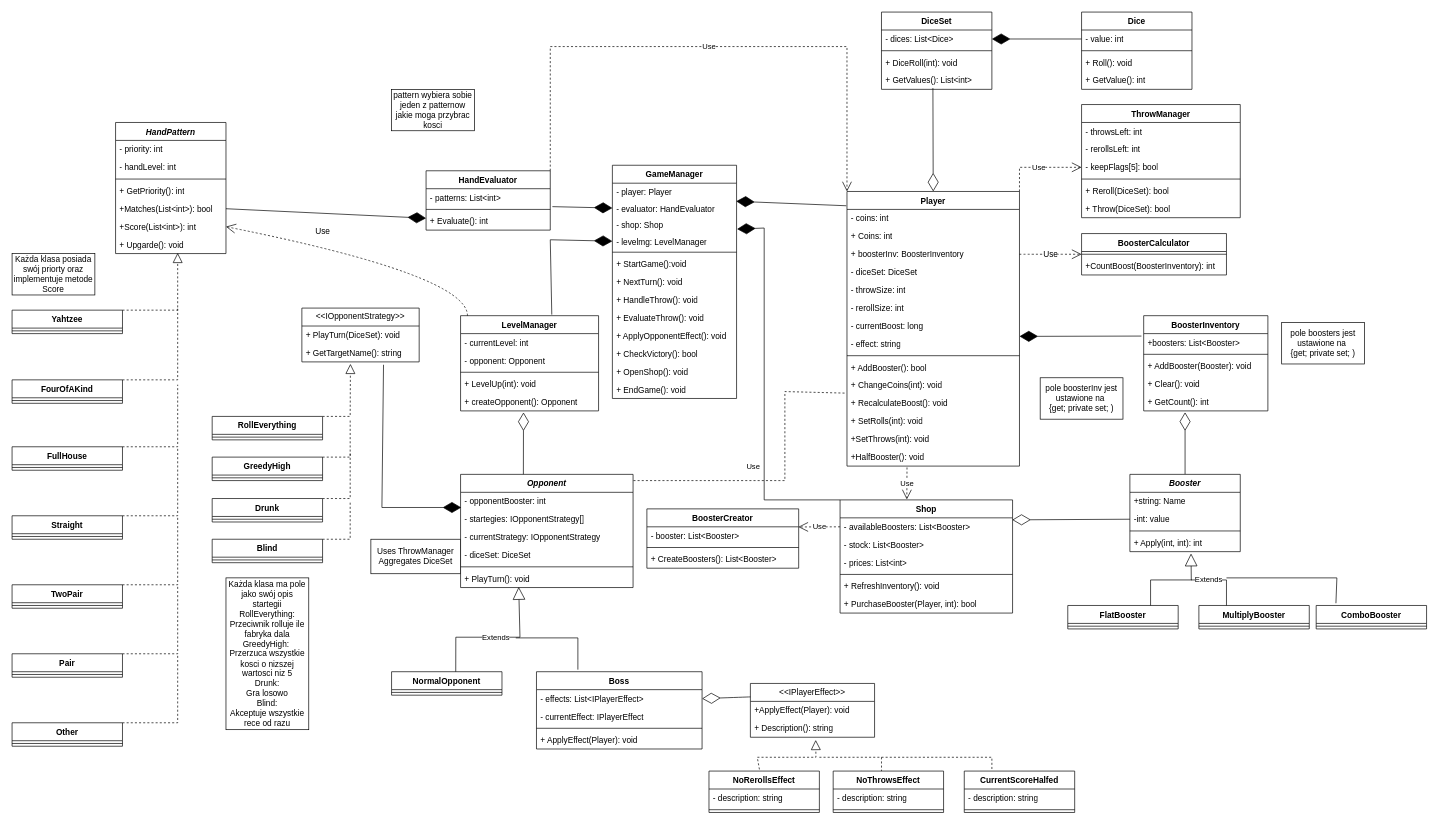
The draw.io diagram DiceGame.drawio in kcprlal/DiceGame, before the edit. Source tidied: cells renumbered, new cells numbered last; positions are measured from the earlier drawing's top-left corner, leaving out a move shared by most shapes. Both pictures are drawn from the tidied source at 69%, with x=0, y=0 at pixel (12, 12).
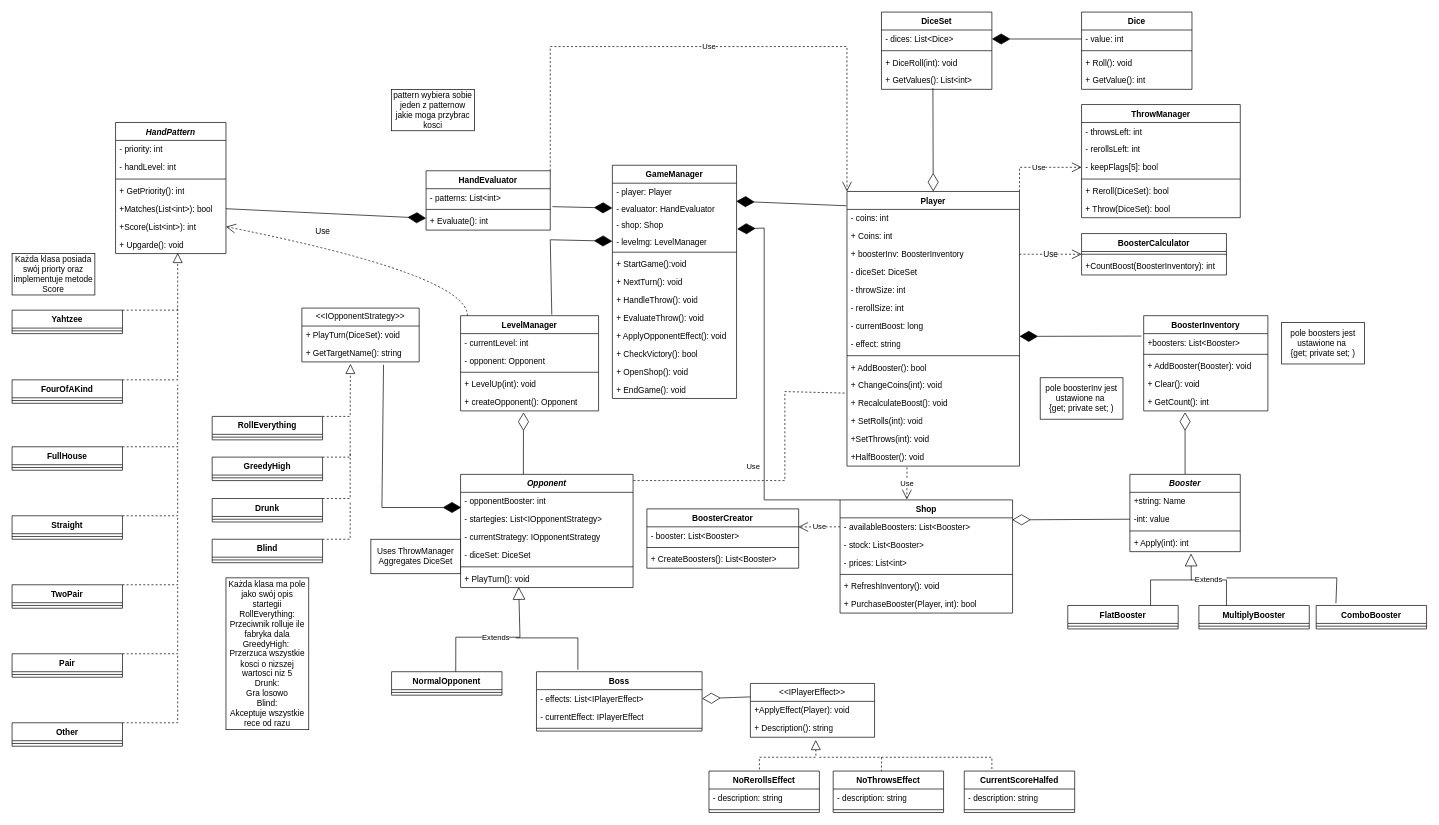
After the change.

The change refers to these unchanged cells:
```xml
<mxCell id="40" value="&lt;i&gt;Booster&lt;/i&gt;" style="swimlane;fontStyle=1;align=center;verticalAlign=top;horizontal=1;startSize=26;whiteSpace=wrap;html=1;" parent="1" vertex="1">
  <mxGeometry x="1620" y="670" width="160" height="112" as="geometry" />
</mxCell>
<mxCell id="140" value="+ Description(): string" style="text;strokeColor=none;fillColor=none;align=left;verticalAlign=top;spacingLeft=4;spacingRight=4;overflow=hidden;points=[[0,0.5],[1,0.5]];portConstraint=eastwest;whiteSpace=wrap;html=1;" parent="138" vertex="1">
  <mxGeometry y="52" width="180" height="26" as="geometry" />
</mxCell>
<mxCell id="174" value="&lt;i&gt;Opponent&lt;/i&gt;" style="swimlane;fontStyle=1;align=center;verticalAlign=top;horizontal=1;startSize=26;whiteSpace=wrap;html=1;" parent="1" vertex="1">
  <mxGeometry x="650" y="670" width="250" height="164" as="geometry" />
</mxCell>
<mxCell id="182" value="NoRerollsEffect" style="swimlane;fontStyle=1;align=center;verticalAlign=top;horizontal=1;startSize=26;whiteSpace=wrap;html=1;" parent="1" vertex="1">
  <mxGeometry x="1010" y="1100" width="160" height="60" as="geometry" />
</mxCell>
```

The edit, as a diff of the source:
```diff
@@
-    <mxCell id="44" value="+ Apply(int, int): int" style="text;strokeColor=none;fillColor=none;align=left;verticalAlign=top;spacingLeft=4;spacingRight=4;overflow=hidden;points=[[0,0.5],[1,0.5]];portConstraint=eastwest;whiteSpace=wrap;html=1;" parent="40" vertex="1">
+    <mxCell id="44" value="+ Apply(int): int" style="text;strokeColor=none;fillColor=none;align=left;verticalAlign=top;spacingLeft=4;spacingRight=4;overflow=hidden;points=[[0,0.5],[1,0.5]];portConstraint=eastwest;whiteSpace=wrap;html=1;" parent="40" vertex="1">
       <mxGeometry y="86" width="160" height="26" as="geometry" />
     </mxCell>
@@
     <mxCell id="104" value="Boss" style="swimlane;fontStyle=1;align=center;verticalAlign=top;horizontal=1;startSize=26;whiteSpace=wrap;html=1;" parent="1" vertex="1">
-      <mxGeometry x="760" y="956" width="240" height="112" as="geometry" />
+      <mxGeometry x="760" y="956" width="240" height="86" as="geometry" />
     </mxCell>
@@
-    <mxCell id="108" value="+ ApplyEffect(Player): void" style="text;strokeColor=none;fillColor=none;align=left;verticalAlign=top;spacingLeft=4;spacingRight=4;overflow=hidden;whiteSpace=wrap;html=1;" parent="104" vertex="1">
-      <mxGeometry y="86" width="240" height="26" as="geometry" />
-    </mxCell>
@@
-    <mxCell id="176" value="- startegies: IOpponentStrategy[]" style="text;strokeColor=none;fillColor=none;align=left;verticalAlign=top;spacingLeft=4;spacingRight=4;overflow=hidden;whiteSpace=wrap;html=1;" parent="174" vertex="1">
+    <mxCell id="176" value="- startegies: List&amp;lt;IOpponentStrategy&amp;gt;" style="text;strokeColor=none;fillColor=none;align=left;verticalAlign=top;spacingLeft=4;spacingRight=4;overflow=hidden;whiteSpace=wrap;html=1;" parent="174" vertex="1">
       <mxGeometry y="52" width="250" height="26" as="geometry" />
     </mxCell>
@@
     <mxCell id="191" style="endArrow=block;dashed=1;endFill=0;endSize=12;html=1;rounded=0;entryX=0.526;entryY=1.15;entryDx=0;entryDy=0;entryPerimeter=0;exitX=0.457;exitY=-0.04;exitDx=0;exitDy=0;exitPerimeter=0;" parent="1" edge="1" source="182" target="140">
       <mxGeometry relative="1" as="geometry">
         <Array as="points">
-          <mxPoint x="1080" y="1080" />
+          <mxPoint x="1083" y="1080" />
           <mxPoint x="1165" y="1080" />
         </Array>
       </mxGeometry>
     </mxCell>
```
